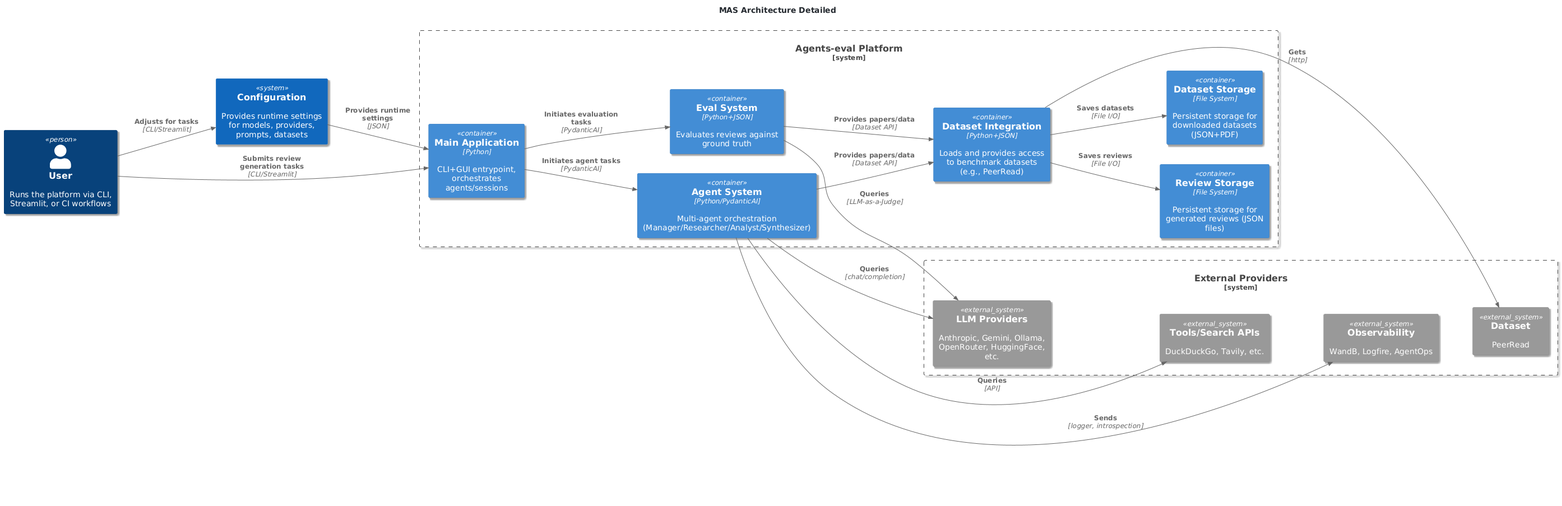
Before: assets/images/MAS-C4-Detailed-light.png, a diagram exported from PlantUML (qte77/Agents-eval).
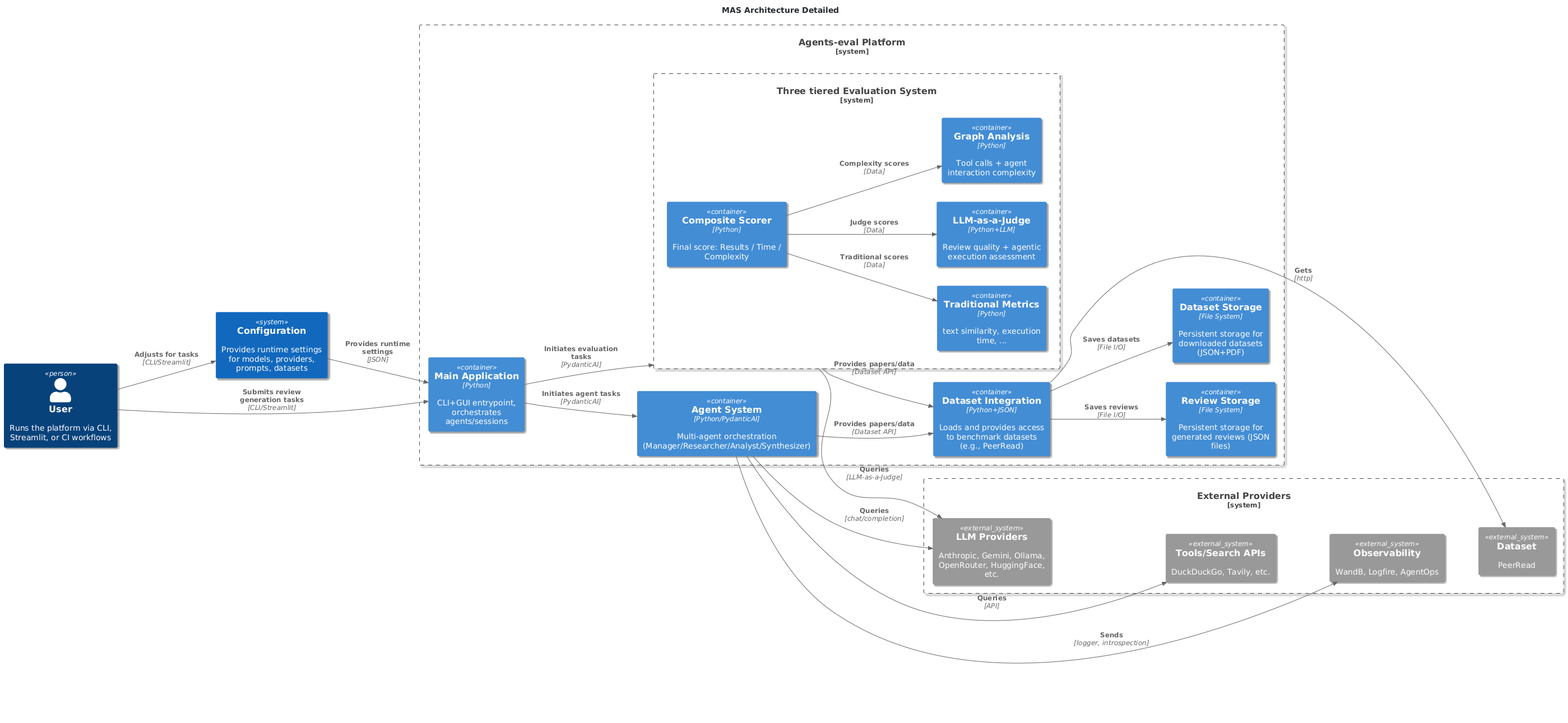
After the change.

What changed in the source:
```diff
@@ -1,9 +1,10 @@
-@startuml
+@startuml MAS-C4-Detailed
 title MAS Architecture Detailed
 
-!include https://raw.githubusercontent.com/qte77/Agents-eval/refs/heads/docs-update/docs/arch_vis/styles/github-light.puml
-
-!include https://raw.githubusercontent.com/plantuml-stdlib/C4-PlantUML/master/C4_Component.puml
+!log Current 'STYLE' dvar: STYLE
+!log About to include: styles/github-STYLE.puml
+!include styles/github-STYLE.puml
+!include external/C4_Component.puml
 
 LAYOUT_LEFT_RIGHT()
 
@@ -13,7 +14,14 @@
 System_Boundary(agents_eval, "Agents-eval Platform") {
     Container(main_app, "Main Application", "Python", "CLI+GUI entrypoint, orchestrates agents/sessions")
 
-    Container(eval, "Eval System", "Python+JSON", "Evaluates reviews against ground truth")
+    System_Boundary(eval_components, "Three tiered Evaluation System") {
+        Container(traditional_eval, "Traditional Metrics", "Python", "text similarity, execution time, ...")
+        Container(llm_judge, "LLM-as-a-Judge", "Python+LLM", "Review quality + agentic execution assessment")
+        Container(graph_analysis, "Graph Analysis", "Python", "Tool calls + agent interaction complexity")
+        Container(composite_scorer, "Composite Scorer", "Python", "Final score: Results / Time / Complexity")
+    }
+
+
     Container(agent_system, "Agent System", "Python/PydanticAI", "Multi-agent orchestration (Manager/Researcher/Analyst/Synthesizer)")
 
     Container(datasets, "Dataset Integration", "Python+JSON", "Loads and provides access to benchmark datasets (e.g., PeerRead)")
@@ -21,11 +29,11 @@
     Container(review_storage, "Review Storage", "File System", "Persistent storage for generated reviews (JSON files)")
     Container(dataset_storage, "Dataset Storage", "File System", "Persistent storage for downloaded datasets (JSON+PDF)")
 
-    main_app -[hidden]-> eval
+    main_app -[hidden]-> eval_components
     main_app -[hidden]-> agent_system
 
     agent_system -[hidden]-> datasets
-    eval -[hidden]-> datasets
+    eval_components -[hidden]-> datasets
 
     datasets -[hidden]-> review_storage
     datasets -[hidden]-> dataset_storage
@@ -47,13 +55,17 @@
 Rel(user, config, "Adjusts for tasks", "CLI/Streamlit")
 Rel(config, main_app, "Provides runtime settings", "JSON")
 Rel(main_app, agent_system, "Initiates agent tasks", "PydanticAI")
-Rel(main_app, eval, "Initiates evaluation tasks", "PydanticAI")
+Rel(main_app, eval_components, "Initiates evaluation tasks", "PydanticAI")
 Rel(agent_system, datasets, "Provides papers/data", "Dataset API")
-Rel(eval, datasets, "Provides papers/data", "Dataset API")
+Rel(eval_components, datasets, "Provides papers/data", "Dataset API")
 Rel(datasets, review_storage, "Saves reviews", "File I/O")
 Rel(datasets, dataset_storage, "Saves datasets", "File I/O")
 
-Rel_D(eval, llm_providers, "Queries", "LLM-as-a-Judge")
+Rel(composite_scorer, traditional_eval, "Traditional scores", "Data")
+Rel(composite_scorer, llm_judge, "Judge scores", "Data")
+Rel(composite_scorer, graph_analysis, "Complexity scores", "Data")
+
+Rel_D(eval_components, llm_providers, "Queries", "LLM-as-a-Judge")
 Rel_D(agent_system, llm_providers, "Queries", "chat/completion")
 Rel_D(agent_system, tools, "Queries", "API")
 Rel_D(agent_system, obs, "Sends", "logger, introspection")
```
